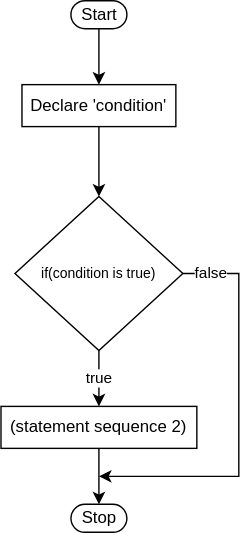
The draw.io diagram 2binary/drawio/task1/diagram2.drawio.svg in amydevs/php-assignments, before a commit. Source tidied: cells renumbered, new cells last; positions are measured from the earlier drawing's top-left corner, leaving out a move shared by most shapes.
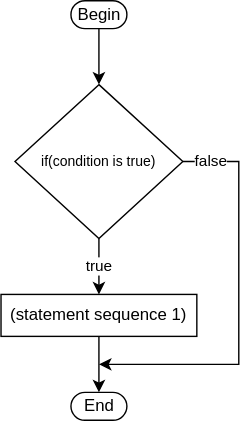
Later version of the same file.

Change to the diagram source:
```diff
@@ -2,15 +2,12 @@
   <root>
     <mxCell id="0" />
     <mxCell id="1" parent="0" />
-    <mxCell id="2" style="edgeStyle=orthogonalEdgeStyle;rounded=0;jettySize=auto;html=1;" parent="1" edge="1" source="3" target="9">
-      <mxGeometry relative="1" as="geometry" />
-    </mxCell>
+    <mxCell id="12" style="edgeStyle=orthogonalEdgeStyle;rounded=0;jettySize=auto;html=1;exitX=0.5;exitY=0.5;exitDx=0;exitDy=10;exitPerimeter=0;entryX=0.5;entryY=0;entryDx=0;entryDy=0;" parent="1" edge="1" source="3" target="7">
+      <mxGeometry relative="1" as="geometry" />
+    </mxCell>
-    <mxCell id="3" value="Start" style="html=1;dashed=0;whitespace=wrap;shape=mxgraph.dfd.start;" parent="1" vertex="1">
-      <mxGeometry x="50" width="40" height="20" as="geometry" />
+    <mxCell id="3" value="Begin" style="html=1;dashed=0;whitespace=wrap;shape=mxgraph.dfd.start;" parent="1" vertex="1">
+      <mxGeometry x="50" y="80" width="40" height="20" as="geometry" />
     </mxCell>
-    <mxCell id="4" style="edgeStyle=orthogonalEdgeStyle;rounded=0;jettySize=auto;html=1;" parent="1" edge="1" source="9" target="7">
-      <mxGeometry relative="1" as="geometry" />
-    </mxCell>
     <mxCell id="5" value="true" style="edgeStyle=orthogonalEdgeStyle;rounded=0;jettySize=auto;html=1;exitX=0.5;exitY=1;exitDx=0;exitDy=0;entryX=0.5;entryY=0;entryDx=0;entryDy=0;" parent="1" edge="1" source="7" target="11">
       <mxGeometry relative="1" as="geometry" />
     </mxCell>
@@ -26,16 +23,13 @@
     <mxCell id="7" value="&lt;font style=&quot;font-size: 10px&quot;&gt;if(condition is true)&lt;/font&gt;" style="rhombus;whiteSpace=wrap;html=1;" parent="1" vertex="1">
       <mxGeometry x="10" y="140" width="120" height="110" as="geometry" />
     </mxCell>
-    <mxCell id="8" value="Stop" style="html=1;dashed=0;whitespace=wrap;shape=mxgraph.dfd.start;" parent="1" vertex="1">
+    <mxCell id="8" value="End" style="html=1;dashed=0;whitespace=wrap;shape=mxgraph.dfd.start;" parent="1" vertex="1">
       <mxGeometry x="50" y="360" width="40" height="20" as="geometry" />
     </mxCell>
-    <mxCell id="9" value="Declare 'condition'&amp;nbsp;" style="rounded=0;whiteSpace=wrap;html=1;" parent="1" vertex="1">
-      <mxGeometry x="15" y="60" width="110" height="30" as="geometry" />
-    </mxCell>
     <mxCell id="10" style="edgeStyle=orthogonalEdgeStyle;rounded=0;jettySize=auto;html=1;" parent="1" edge="1" source="11" target="8">
       <mxGeometry relative="1" as="geometry" />
     </mxCell>
-    <mxCell id="11" value="(statement sequence 2)" style="rounded=0;whiteSpace=wrap;html=1;" parent="1" vertex="1">
+    <mxCell id="11" value="(statement sequence 1)" style="rounded=0;whiteSpace=wrap;html=1;" parent="1" vertex="1">
       <mxGeometry y="290" width="140" height="30" as="geometry" />
     </mxCell>
   </root>
```
